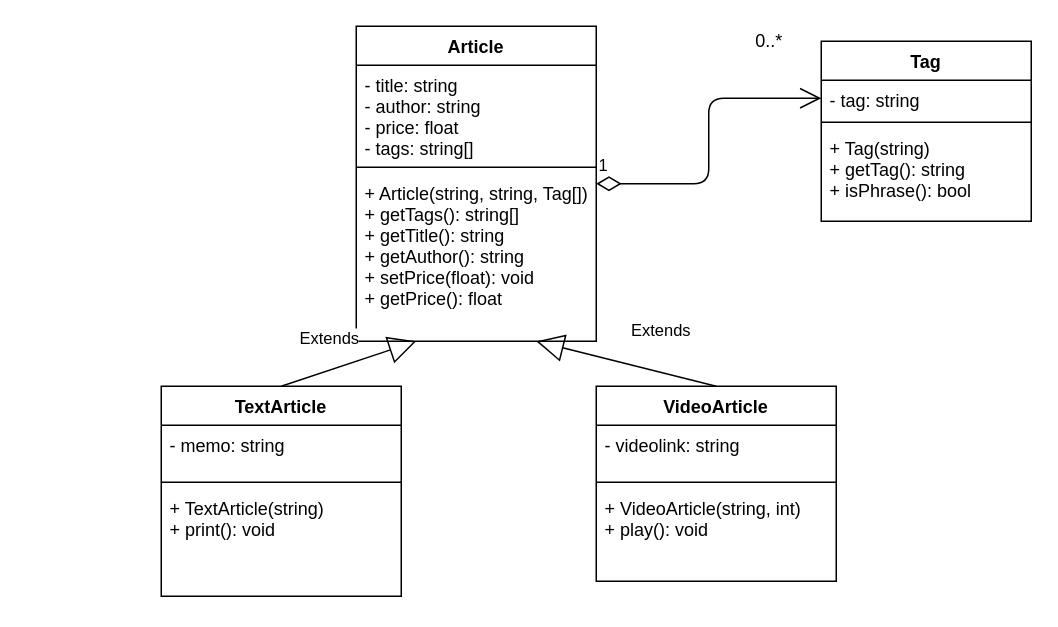
VijayTheGr8/ReuseRepo keeps this draw.io diagram as diagram/Article.drawio. Above is the earlier version. Source tidied: cells renumbered, new cells numbered last; positions are measured from the earlier drawing's top-left corner, leaving out a move shared by most shapes. Both pictures are drawn from the tidied source at 150%, with x=0, y=0 at pixel (160, 26).
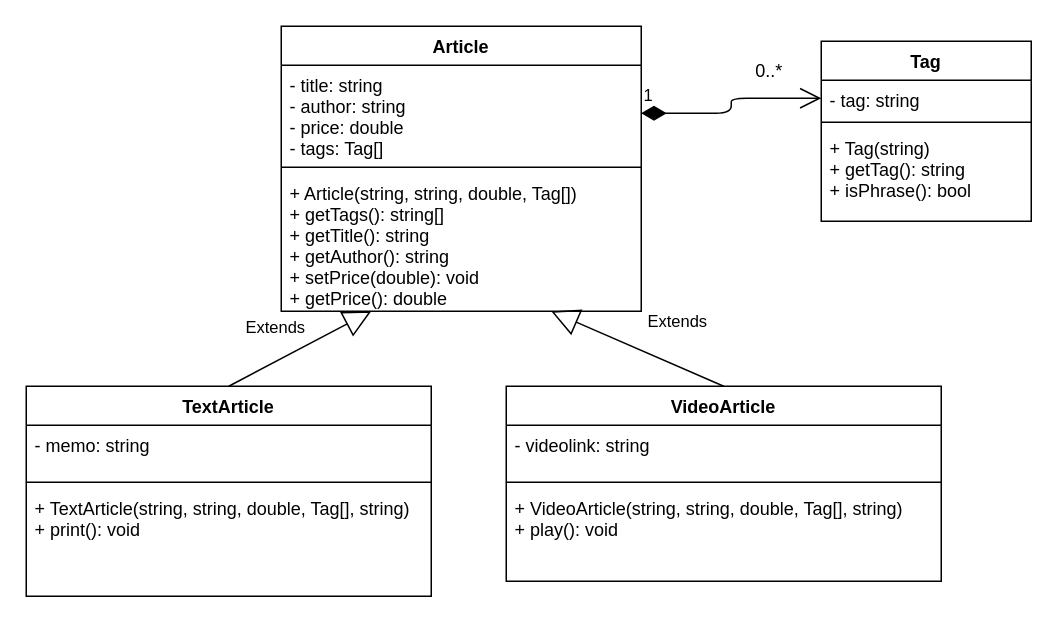
Above is the later version.

The change refers to these unchanged cells:
```xml
<mxCell id="7" value="- tag: string&#10;" style="text;strokeColor=none;fillColor=none;align=left;verticalAlign=top;spacingLeft=4;spacingRight=4;overflow=hidden;points=[[0,0.5],[1,0.5]];portConstraint=eastwest;" parent="6" vertex="1">
  <mxGeometry y="26" width="140" height="24" as="geometry" />
</mxCell>
```

Change to the diagram source:
```diff
@@
     <mxCell id="2" value="Article" style="swimlane;fontStyle=1;align=center;verticalAlign=top;horizontal=1;startSize=26;" parent="1" vertex="1">
-      <mxGeometry x="130" width="160" height="210" as="geometry" />
+      <mxGeometry x="80" width="240" height="190" as="geometry" />
     </mxCell>
-    <mxCell id="3" value="- title: string&#10;- author: string&#10;- price: float&#10;- tags: string[]" style="text;strokeColor=none;fillColor=none;align=left;verticalAlign=top;spacingLeft=4;spacingRight=4;overflow=hidden;points=[[0,0.5],[1,0.5]];portConstraint=eastwest;" parent="2" vertex="1">
-      <mxGeometry y="26" width="160" height="64" as="geometry" />
+    <mxCell id="3" value="- title: string&#10;- author: string&#10;- price: double&#10;- tags: Tag[]" style="text;strokeColor=none;fillColor=none;align=left;verticalAlign=top;spacingLeft=4;spacingRight=4;overflow=hidden;points=[[0,0.5],[1,0.5]];portConstraint=eastwest;" parent="2" vertex="1">
+      <mxGeometry y="26" width="240" height="64" as="geometry" />
     </mxCell>
     <mxCell id="4" style="line;strokeWidth=1;fillColor=none;align=left;verticalAlign=middle;spacingTop=-1;spacingLeft=3;spacingRight=3;labelPosition=right;" parent="2" vertex="1">
-      <mxGeometry y="90" width="160" height="8" as="geometry" />
+      <mxGeometry y="90" width="240" height="8" as="geometry" />
     </mxCell>
-    <mxCell id="5" value="+ Article(string, string, Tag[])&#10;+ getTags(): string[] &#10;+ getTitle(): string&#10;+ getAuthor(): string&#10;+ setPrice(float): void&#10;+ getPrice(): float" style="text;strokeColor=none;fillColor=none;align=left;verticalAlign=top;spacingLeft=4;spacingRight=4;overflow=hidden;" parent="2" vertex="1">
-      <mxGeometry y="98" width="160" height="112" as="geometry" />
+    <mxCell id="5" value="+ Article(string, string, double, Tag[])&#10;+ getTags(): string[] &#10;+ getTitle(): string&#10;+ getAuthor(): string&#10;+ setPrice(double): void&#10;+ getPrice(): double" style="text;strokeColor=none;fillColor=none;align=left;verticalAlign=top;spacingLeft=4;spacingRight=4;overflow=hidden;" parent="2" vertex="1">
+      <mxGeometry y="98" width="240" height="92" as="geometry" />
     </mxCell>
@@
     <mxCell id="10" value="TextArticle" style="swimlane;fontStyle=1;align=center;verticalAlign=top;horizontal=1;startSize=26;" parent="1" vertex="1">
-      <mxGeometry y="240" width="160" height="140" as="geometry" />
+      <mxGeometry x="-90" y="240" width="270" height="140" as="geometry" />
     </mxCell>
     <mxCell id="11" value="- memo: string" style="text;strokeColor=none;fillColor=none;align=left;verticalAlign=top;spacingLeft=4;spacingRight=4;overflow=hidden;" parent="10" vertex="1">
-      <mxGeometry y="26" width="160" height="34" as="geometry" />
+      <mxGeometry y="26" width="270" height="34" as="geometry" />
     </mxCell>
     <mxCell id="12" style="line;strokeWidth=1;fillColor=none;align=left;verticalAlign=middle;spacingTop=-1;spacingLeft=3;spacingRight=3;labelPosition=right;" parent="10" vertex="1">
-      <mxGeometry y="60" width="160" height="8" as="geometry" />
+      <mxGeometry y="60" width="270" height="8" as="geometry" />
     </mxCell>
-    <mxCell id="13" value="+ TextArticle(string)&#10;+ print(): void" style="text;strokeColor=none;fillColor=none;align=left;verticalAlign=top;spacingLeft=4;spacingRight=4;overflow=hidden;" parent="10" vertex="1">
-      <mxGeometry y="68" width="160" height="72" as="geometry" />
+    <mxCell id="13" value="+ TextArticle(string, string, double, Tag[], string)&#10;+ print(): void" style="text;strokeColor=none;fillColor=none;align=left;verticalAlign=top;spacingLeft=4;spacingRight=4;overflow=hidden;" parent="10" vertex="1">
+      <mxGeometry y="68" width="270" height="72" as="geometry" />
     </mxCell>
@@
     <mxCell id="15" value="VideoArticle" style="swimlane;fontStyle=1;align=center;verticalAlign=top;horizontal=1;startSize=26;" parent="1" vertex="1">
-      <mxGeometry x="290" y="240" width="160" height="130" as="geometry" />
+      <mxGeometry x="230" y="240" width="290" height="130" as="geometry" />
     </mxCell>
     <mxCell id="16" value="- videolink: string" style="text;strokeColor=none;fillColor=none;align=left;verticalAlign=top;spacingLeft=4;spacingRight=4;overflow=hidden;" parent="15" vertex="1">
-      <mxGeometry y="26" width="160" height="34" as="geometry" />
+      <mxGeometry y="26" width="290" height="34" as="geometry" />
     </mxCell>
     <mxCell id="17" style="line;strokeWidth=1;fillColor=none;align=left;verticalAlign=middle;spacingTop=-1;spacingLeft=3;spacingRight=3;labelPosition=right;" parent="15" vertex="1">
-      <mxGeometry y="60" width="160" height="8" as="geometry" />
+      <mxGeometry y="60" width="290" height="8" as="geometry" />
     </mxCell>
-    <mxCell id="18" value="+ VideoArticle(string, int)&#10;+ play(): void" style="text;strokeColor=none;fillColor=none;align=left;verticalAlign=top;spacingLeft=4;spacingRight=4;overflow=hidden;" parent="15" vertex="1">
-      <mxGeometry y="68" width="160" height="62" as="geometry" />
+    <mxCell id="18" value="+ VideoArticle(string, string, double, Tag[], string)&#10;+ play(): void" style="text;strokeColor=none;fillColor=none;align=left;verticalAlign=top;spacingLeft=4;spacingRight=4;overflow=hidden;" parent="15" vertex="1">
+      <mxGeometry y="68" width="290" height="62" as="geometry" />
     </mxCell>
@@
+    <mxCell id="21" value="0..*" style="text;html=1;align=center;verticalAlign=middle;" parent="1" vertex="1">
+      <mxGeometry x="390" y="20" width="30" height="20" as="geometry" />
+    </mxCell>
-    <mxCell id="20" value="1" style="endArrow=open;html=1;endSize=12;startArrow=diamondThin;startSize=14;startFill=0;edgeStyle=orthogonalEdgeStyle;align=left;verticalAlign=bottom;exitX=1;exitY=0.5;exitDx=0;exitDy=0;entryX=0;entryY=0.5;entryDx=0;entryDy=0;" parent="1" edge="1" source="2" target="7">
+    <mxCell id="20" value="1" style="endArrow=open;html=1;endSize=12;startArrow=diamondThin;startSize=14;startFill=1;edgeStyle=orthogonalEdgeStyle;align=left;verticalAlign=bottom;entryX=0;entryY=0.5;entryDx=0;entryDy=0;exitX=1;exitY=0.5;exitDx=0;exitDy=0;" parent="1" edge="1" source="3" target="7">
       <mxGeometry x="-1" y="3" relative="1" as="geometry" />
     </mxCell>
-    <mxCell id="21" value="0..*" style="text;html=1;align=center;verticalAlign=middle;" parent="1" vertex="1">
-      <mxGeometry x="390" width="30" height="20" as="geometry" />
-    </mxCell>
```
